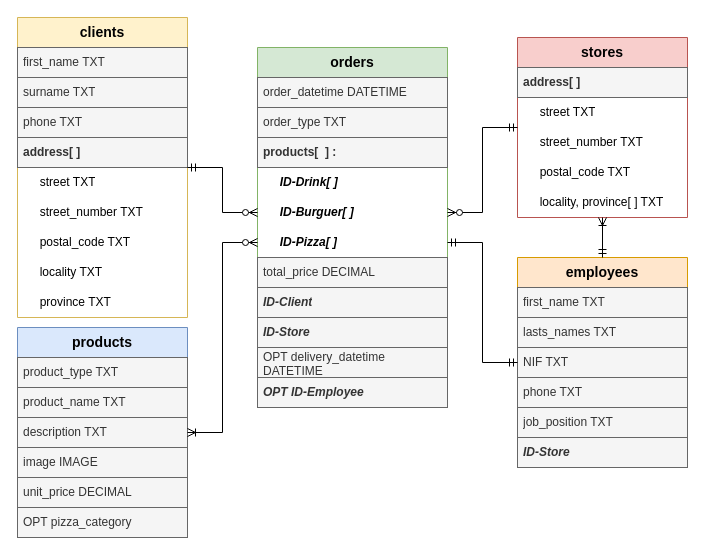
Before: T3_mongodb/modelPizzeria.drawio in carlajuani/Sprint2, a draw.io diagram. Source tidied: cells renumbered, new cells numbered last; positions are measured from the earlier drawing's top-left corner, leaving out a move shared by most shapes. Both pictures are drawn from the tidied source at 100%, with x=0, y=0 at pixel (17, 17).
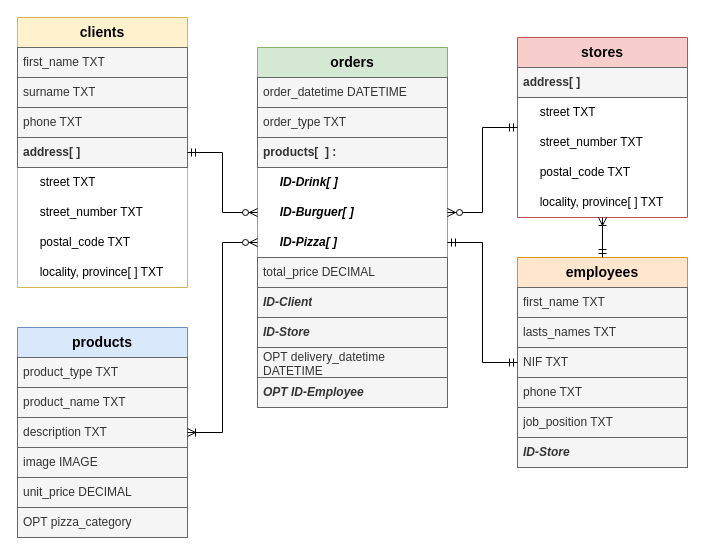
After the change.

The edit, as a diff of the source:
```diff
@@
     <mxCell id="2" value="&lt;font style=&quot;font-size: 14px;&quot;&gt;&lt;b&gt;clients&lt;/b&gt;&lt;/font&gt;" style="swimlane;fontStyle=0;horizontal=1;startSize=30;whiteSpace=wrap;html=1;fillColor=#fff2cc;strokeColor=#d6b656;" parent="1" vertex="1">
-      <mxGeometry width="170" height="300" as="geometry" />
+      <mxGeometry width="170" height="270" as="geometry" />
     </mxCell>
@@
-    <mxCell id="10" value="&amp;nbsp;&amp;nbsp;&amp;nbsp;&amp;nbsp; locality TXT" style="text;align=left;verticalAlign=middle;spacingLeft=4;spacingRight=4;overflow=hidden;whiteSpace=wrap;html=1;" parent="2" vertex="1">
+    <mxCell id="10" value="&amp;nbsp;&amp;nbsp;&amp;nbsp;&amp;nbsp; locality, province[ ] TXT" style="text;align=left;verticalAlign=middle;spacingLeft=4;spacingRight=4;overflow=hidden;whiteSpace=wrap;html=1;" parent="2" vertex="1">
       <mxGeometry y="240" width="170" height="30" as="geometry" />
     </mxCell>
-    <mxCell id="11" value="&amp;nbsp;&amp;nbsp;&amp;nbsp;&amp;nbsp; province TXT" style="text;align=left;verticalAlign=middle;spacingLeft=4;spacingRight=4;overflow=hidden;whiteSpace=wrap;html=1;" parent="2" vertex="1">
-      <mxGeometry y="270" width="170" height="30" as="geometry" />
-    </mxCell>
```
